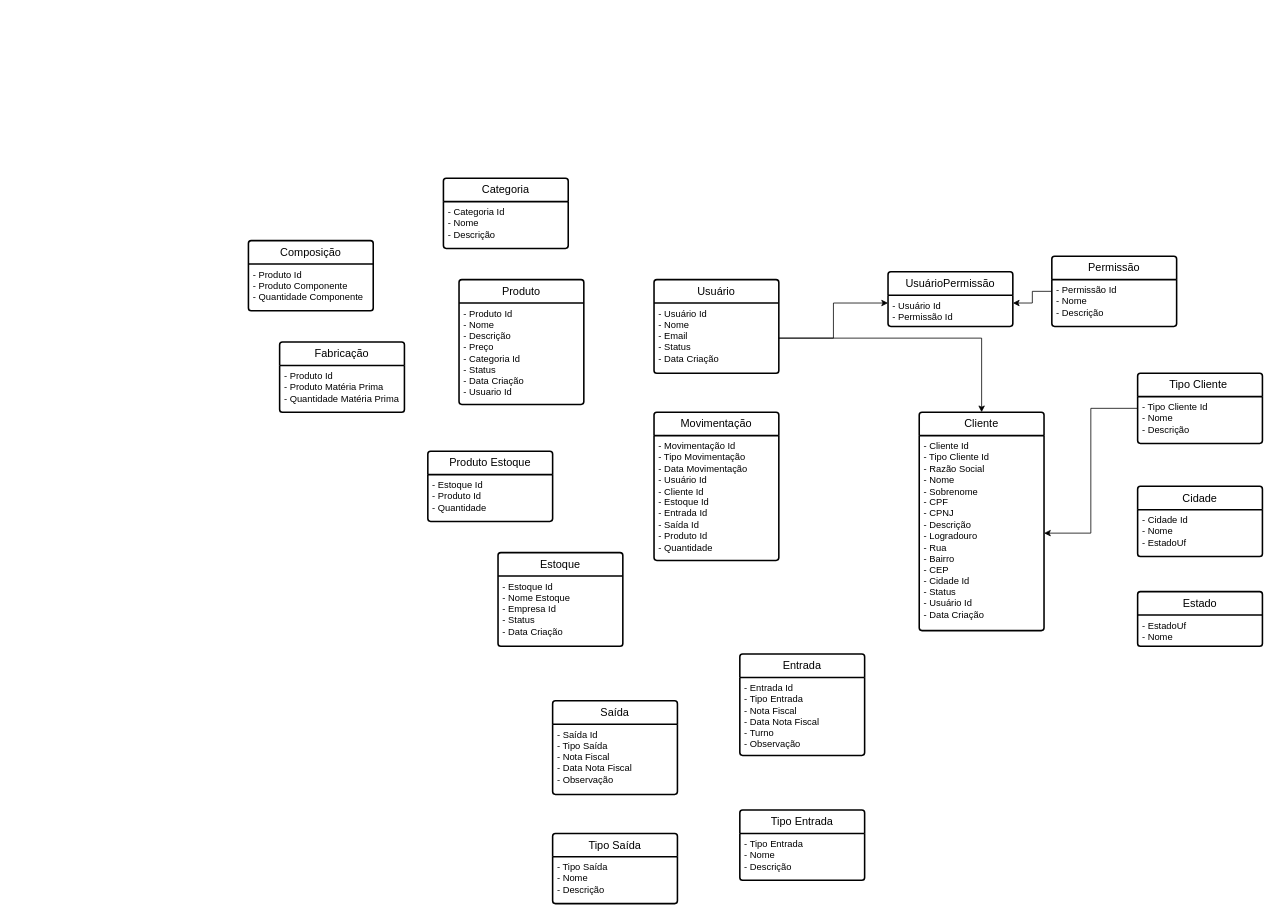
The draw.io diagram Documentação/Diagramas/Diagrama sem nome.drawio in Estoque-Facil/EstoqueFacil, before the edit. Source tidied: cells renumbered, new cells numbered last; positions are measured from the earlier drawing's top-left corner, leaving out a move shared by most shapes. Both pictures are drawn from the tidied source at 78%, with x=0, y=0 at pixel (248, 178).
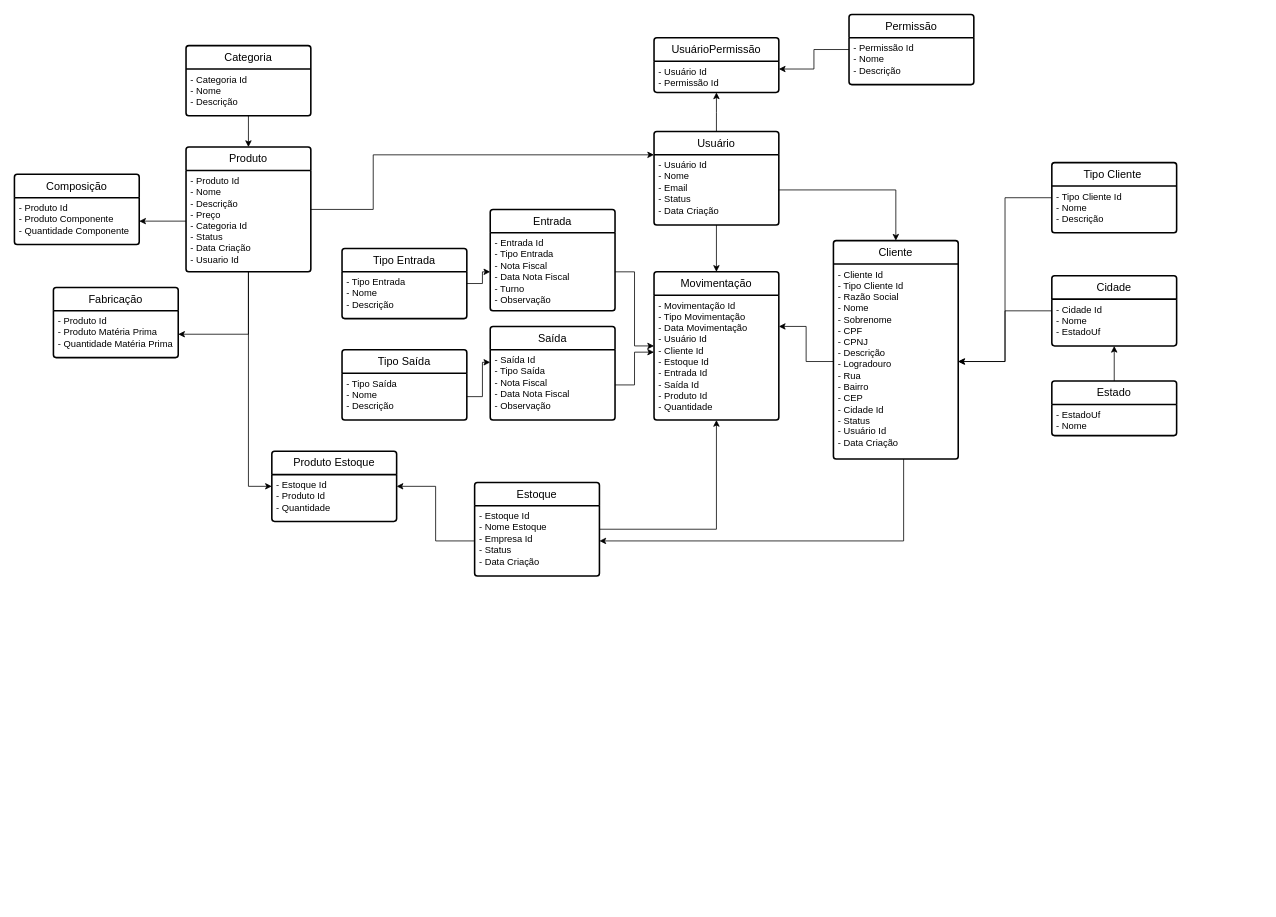
Above is the later version.

Commit message:
Atualizando o MER com as relações

Unchanged cells that the change refers to:
```xml
<mxCell id="3" value="- Usuário Id&lt;div&gt;- Nome&lt;/div&gt;&lt;div&gt;- Email&lt;/div&gt;&lt;div&gt;- Status&lt;/div&gt;&lt;div&gt;- Data Criação&lt;/div&gt;" style="align=left;strokeColor=none;fillColor=none;spacingLeft=4;fontSize=12;verticalAlign=top;html=1;" parent="2" vertex="1">
  <mxGeometry y="30" width="160" height="90" as="geometry" />
</mxCell>
<mxCell id="8" value="- Usuário Id&lt;div&gt;- Permissão Id&lt;/div&gt;" style="align=left;strokeColor=none;fillColor=none;spacingLeft=4;fontSize=12;verticalAlign=top;html=1;" parent="7" vertex="1">
  <mxGeometry y="30" width="160" height="40" as="geometry" />
</mxCell>
<mxCell id="11" value="- Cliente Id&lt;div&gt;- Tipo Cliente Id&lt;div&gt;- Razão Social&lt;/div&gt;&lt;div&gt;- Nome&lt;/div&gt;&lt;div&gt;- Sobrenome&lt;/div&gt;&lt;div&gt;- CPF&lt;/div&gt;&lt;div&gt;- CPNJ&lt;/div&gt;&lt;div&gt;- Descrição&lt;/div&gt;&lt;div&gt;- Logradouro&lt;/div&gt;&lt;div&gt;- Rua&lt;/div&gt;&lt;div&gt;- Bairro&lt;/div&gt;&lt;div&gt;- CEP&lt;/div&gt;&lt;div&gt;- Cidade Id&lt;/div&gt;&lt;div&gt;- Status&lt;/div&gt;&lt;div&gt;- Usuário Id&lt;/div&gt;&lt;div&gt;&lt;span style=&quot;background-color: initial;&quot;&gt;- Data Criação&lt;/span&gt;&amp;nbsp;&lt;/div&gt;&lt;div&gt;&lt;br&gt;&lt;/div&gt;&lt;/div&gt;" style="align=left;strokeColor=none;fillColor=none;spacingLeft=4;fontSize=12;verticalAlign=top;html=1;" parent="10" vertex="1">
  <mxGeometry y="30" width="160" height="250" as="geometry" />
</mxCell>
<mxCell id="16" value="- Cidade Id&lt;div&gt;- Nome&lt;/div&gt;&lt;div&gt;- EstadoUf&lt;/div&gt;" style="align=left;strokeColor=none;fillColor=none;spacingLeft=4;fontSize=12;verticalAlign=top;html=1;" parent="15" vertex="1">
  <mxGeometry y="30" width="160" height="60" as="geometry" />
</mxCell>
<mxCell id="20" value="- Produto Id&lt;div&gt;- Nome&lt;/div&gt;&lt;div&gt;- Descrição&lt;/div&gt;&lt;div&gt;- Preço&lt;/div&gt;&lt;div&gt;- Categoria Id&lt;/div&gt;&lt;div&gt;- Status&lt;/div&gt;&lt;div&gt;- Data Criação&lt;/div&gt;&lt;div&gt;- Usuario Id&lt;/div&gt;" style="align=left;strokeColor=none;fillColor=none;spacingLeft=4;fontSize=12;verticalAlign=top;html=1;" parent="19" vertex="1">
  <mxGeometry y="30" width="160" height="130" as="geometry" />
</mxCell>
<mxCell id="22" value="- Categoria Id&lt;div&gt;- Nome&lt;/div&gt;&lt;div&gt;- Descrição&lt;/div&gt;" style="align=left;strokeColor=none;fillColor=none;spacingLeft=4;fontSize=12;verticalAlign=top;html=1;" parent="21" vertex="1">
  <mxGeometry y="30" width="160" height="60" as="geometry" />
</mxCell>
<mxCell id="24" value="- Produto Id&lt;div&gt;- Produto Matéria Prima&amp;nbsp;&lt;/div&gt;&lt;div&gt;- Quantidade Matéria Prima&lt;/div&gt;" style="align=left;strokeColor=none;fillColor=none;spacingLeft=4;fontSize=12;verticalAlign=top;html=1;" parent="23" vertex="1">
  <mxGeometry y="30" width="160" height="60" as="geometry" />
</mxCell>
<mxCell id="26" value="- Produto Id&lt;div&gt;- Produto Componente&lt;/div&gt;&lt;div&gt;- Quantidade Componente&lt;/div&gt;" style="align=left;strokeColor=none;fillColor=none;spacingLeft=4;fontSize=12;verticalAlign=top;html=1;" parent="25" vertex="1">
  <mxGeometry y="30" width="160" height="60" as="geometry" />
</mxCell>
<mxCell id="28" value="- Entrada Id&lt;div&gt;- Tipo Entrada&lt;/div&gt;&lt;div&gt;- Nota Fiscal&lt;/div&gt;&lt;div&gt;- Data Nota Fiscal&lt;/div&gt;&lt;div&gt;- Turno&lt;/div&gt;&lt;div&gt;- Observação&lt;/div&gt;" style="align=left;strokeColor=none;fillColor=none;spacingLeft=4;fontSize=12;verticalAlign=top;html=1;" parent="27" vertex="1">
  <mxGeometry y="30" width="160" height="100" as="geometry" />
</mxCell>
<mxCell id="30" value="- Saída Id&lt;div&gt;- Tipo Saída&lt;/div&gt;&lt;div&gt;- Nota Fiscal&lt;/div&gt;&lt;div&gt;- Data Nota Fiscal&lt;/div&gt;&lt;div&gt;- Observação&lt;/div&gt;" style="align=left;strokeColor=none;fillColor=none;spacingLeft=4;fontSize=12;verticalAlign=top;html=1;" parent="29" vertex="1">
  <mxGeometry y="30" width="160" height="90" as="geometry" />
</mxCell>
<mxCell id="34" value="- Tipo Saída&lt;div&gt;- Nome&lt;/div&gt;&lt;div&gt;- Descrição&lt;/div&gt;" style="align=left;strokeColor=none;fillColor=none;spacingLeft=4;fontSize=12;verticalAlign=top;html=1;" parent="33" vertex="1">
  <mxGeometry y="30" width="160" height="60" as="geometry" />
</mxCell>
<mxCell id="36" value="- Movimentação Id&lt;div&gt;- Tipo Movimentação&lt;/div&gt;&lt;div&gt;- Data Movimentação&lt;/div&gt;&lt;div&gt;- Usuário Id&lt;/div&gt;&lt;div&gt;- Cliente Id&lt;/div&gt;&lt;div&gt;- Estoque Id&lt;/div&gt;&lt;div&gt;- Entrada Id&lt;/div&gt;&lt;div&gt;- Saída Id&lt;/div&gt;&lt;div&gt;- Produto Id&lt;/div&gt;&lt;div&gt;- Quantidade&lt;/div&gt;" style="align=left;strokeColor=none;fillColor=none;spacingLeft=4;fontSize=12;verticalAlign=top;html=1;" parent="35" vertex="1">
  <mxGeometry y="30" width="160" height="160" as="geometry" />
</mxCell>
<mxCell id="38" value="- Estoque Id&lt;div&gt;- Nome Estoque&lt;/div&gt;&lt;div&gt;- Empresa Id&lt;/div&gt;&lt;div&gt;- Status&lt;/div&gt;&lt;div&gt;- Data Criação&lt;/div&gt;" style="align=left;strokeColor=none;fillColor=none;spacingLeft=4;fontSize=12;verticalAlign=top;html=1;" parent="37" vertex="1">
  <mxGeometry y="30" width="160" height="90" as="geometry" />
</mxCell>
<mxCell id="41" value="&lt;div&gt;&lt;span style=&quot;background-color: initial;&quot;&gt;- Estoque Id&lt;/span&gt;&lt;br&gt;&lt;/div&gt;&lt;div&gt;- Produto Id&lt;/div&gt;&lt;div&gt;- Quantidade&amp;nbsp;&lt;/div&gt;" style="align=left;strokeColor=none;fillColor=none;spacingLeft=4;fontSize=12;verticalAlign=top;html=1;" parent="40" vertex="1">
  <mxGeometry y="30" width="160" height="60" as="geometry" />
</mxCell>
```

Diff of the diagram source:
```diff
@@
+    <mxCell id="42" style="edgeStyle=orthogonalEdgeStyle;rounded=0;jettySize=auto;html=1;" parent="1" edge="1" source="2">
+      <mxGeometry relative="1" as="geometry">
+        <mxPoint x="600" y="-110" as="targetPoint" />
+      </mxGeometry>
+    </mxCell>
     <mxCell id="2" value="Usuário" style="swimlane;horizontal=1;startSize=30;rounded=1;fontSize=14;fontStyle=0;strokeWidth=2;shadow=0;dashed=0;align=center;arcSize=4;whiteSpace=wrap;html=1;" parent="1" vertex="1">
-      <mxGeometry x="520" y="130" width="160" height="120" as="geometry" />
+      <mxGeometry x="520" y="-60" width="160" height="120" as="geometry" />
     </mxCell>
@@
     <mxCell id="5" value="Permissão" style="swimlane;horizontal=1;startSize=30;rounded=1;fontSize=14;fontStyle=0;strokeWidth=2;shadow=0;dashed=0;align=center;arcSize=4;whiteSpace=wrap;html=1;" parent="1" vertex="1">
-      <mxGeometry x="1030" y="100" width="160" height="90" as="geometry" />
+      <mxGeometry x="770" y="-210" width="160" height="90" as="geometry" />
     </mxCell>
@@
     <mxCell id="7" value="UsuárioPermissão" style="swimlane;horizontal=1;startSize=30;rounded=1;fontSize=14;fontStyle=0;strokeWidth=2;shadow=0;dashed=0;align=center;arcSize=4;whiteSpace=wrap;html=1;" parent="1" vertex="1">
-      <mxGeometry x="820" y="120" width="160" height="70" as="geometry" />
+      <mxGeometry x="520" y="-180" width="160" height="70" as="geometry" />
     </mxCell>
@@
-    <mxCell id="9" style="edgeStyle=orthogonalEdgeStyle;rounded=0;jettySize=auto;html=1;entryX=0;entryY=0.25;entryDx=0;entryDy=0;" parent="1" edge="1" source="3" target="8">
-      <mxGeometry relative="1" as="geometry" />
-    </mxCell>
     <mxCell id="10" value="Cliente" style="swimlane;horizontal=1;startSize=30;rounded=1;fontSize=14;fontStyle=0;strokeWidth=2;shadow=0;dashed=0;align=center;arcSize=4;whiteSpace=wrap;html=1;" parent="1" vertex="1">
-      <mxGeometry x="860" y="300" width="160" height="280" as="geometry" />
+      <mxGeometry x="750" y="80" width="160" height="280" as="geometry" />
     </mxCell>
@@
     <mxCell id="13" value="Tipo Cliente&amp;nbsp;" style="swimlane;horizontal=1;startSize=30;rounded=1;fontSize=14;fontStyle=0;strokeWidth=2;shadow=0;dashed=0;align=center;arcSize=4;whiteSpace=wrap;html=1;" parent="1" vertex="1">
-      <mxGeometry x="1140" y="250" width="160" height="90" as="geometry" />
+      <mxGeometry x="1030" y="-20" width="160" height="90" as="geometry" />
     </mxCell>
@@
+    <mxCell id="43" style="edgeStyle=orthogonalEdgeStyle;rounded=0;jettySize=auto;html=1;entryX=1;entryY=0.5;entryDx=0;entryDy=0;" parent="1" edge="1" source="15" target="11">
+      <mxGeometry relative="1" as="geometry" />
+    </mxCell>
     <mxCell id="15" value="Cidade" style="swimlane;horizontal=1;startSize=30;rounded=1;fontSize=14;fontStyle=0;strokeWidth=2;shadow=0;dashed=0;align=center;arcSize=4;whiteSpace=wrap;html=1;" parent="1" vertex="1">
-      <mxGeometry x="1140" y="395" width="160" height="90" as="geometry" />
+      <mxGeometry x="1030" y="125" width="160" height="90" as="geometry" />
     </mxCell>
@@
+    <mxCell id="44" style="edgeStyle=orthogonalEdgeStyle;rounded=0;jettySize=auto;html=1;entryX=0.5;entryY=1;entryDx=0;entryDy=0;" parent="1" edge="1" source="17" target="16">
+      <mxGeometry relative="1" as="geometry" />
+    </mxCell>
     <mxCell id="17" value="Estado" style="swimlane;horizontal=1;startSize=30;rounded=1;fontSize=14;fontStyle=0;strokeWidth=2;shadow=0;dashed=0;align=center;arcSize=4;whiteSpace=wrap;html=1;" parent="1" vertex="1">
-      <mxGeometry x="1140" y="530" width="160" height="70" as="geometry" />
+      <mxGeometry x="1030" y="260" width="160" height="70" as="geometry" />
     </mxCell>
@@
+    <mxCell id="45" style="edgeStyle=orthogonalEdgeStyle;rounded=0;jettySize=auto;html=1;entryX=0;entryY=0.25;entryDx=0;entryDy=0;" parent="1" edge="1" source="19" target="2">
+      <mxGeometry relative="1" as="geometry">
+        <Array as="points">
+          <mxPoint x="160" y="40" />
+          <mxPoint x="160" y="-30" />
+        </Array>
+      </mxGeometry>
+    </mxCell>
     <mxCell id="19" value="Produto" style="swimlane;horizontal=1;startSize=30;rounded=1;fontSize=14;fontStyle=0;strokeWidth=2;shadow=0;dashed=0;align=center;arcSize=4;whiteSpace=wrap;html=1;" parent="1" vertex="1">
-      <mxGeometry x="270" y="130" width="160" height="160" as="geometry" />
+      <mxGeometry x="-80" y="-40" width="160" height="160" as="geometry" />
     </mxCell>
@@
     <mxCell id="21" value="Categoria" style="swimlane;horizontal=1;startSize=30;rounded=1;fontSize=14;fontStyle=0;strokeWidth=2;shadow=0;dashed=0;align=center;arcSize=4;whiteSpace=wrap;html=1;" parent="1" vertex="1">
-      <mxGeometry x="250" width="160" height="90" as="geometry" />
+      <mxGeometry x="-80" y="-170" width="160" height="90" as="geometry" />
     </mxCell>
@@
     <mxCell id="23" value="Fabricação" style="swimlane;horizontal=1;startSize=30;rounded=1;fontSize=14;fontStyle=0;strokeWidth=2;shadow=0;dashed=0;align=center;arcSize=4;whiteSpace=wrap;html=1;" parent="1" vertex="1">
-      <mxGeometry x="40" y="210" width="160" height="90" as="geometry" />
+      <mxGeometry x="-250" y="140" width="160" height="90" as="geometry" />
     </mxCell>
@@
     <mxCell id="25" value="Composição" style="swimlane;horizontal=1;startSize=30;rounded=1;fontSize=14;fontStyle=0;strokeWidth=2;shadow=0;dashed=0;align=center;arcSize=4;whiteSpace=wrap;html=1;" parent="1" vertex="1">
-      <mxGeometry y="80" width="160" height="90" as="geometry" />
+      <mxGeometry x="-300" y="-5" width="160" height="90" as="geometry" />
     </mxCell>
@@
     <mxCell id="27" value="Entrada" style="swimlane;horizontal=1;startSize=30;rounded=1;fontSize=14;fontStyle=0;strokeWidth=2;shadow=0;dashed=0;align=center;arcSize=4;whiteSpace=wrap;html=1;" parent="1" vertex="1">
-      <mxGeometry x="630" y="610" width="160" height="130" as="geometry" />
+      <mxGeometry x="310" y="40" width="160" height="130" as="geometry" />
     </mxCell>
@@
     <mxCell id="29" value="Saída" style="swimlane;horizontal=1;startSize=30;rounded=1;fontSize=14;fontStyle=0;strokeWidth=2;shadow=0;dashed=0;align=center;arcSize=4;whiteSpace=wrap;html=1;" parent="1" vertex="1">
-      <mxGeometry x="390" y="670" width="160" height="120" as="geometry" />
+      <mxGeometry x="310" y="190" width="160" height="120" as="geometry" />
     </mxCell>
@@
+    <mxCell id="46" style="edgeStyle=orthogonalEdgeStyle;rounded=0;jettySize=auto;html=1;" parent="1" edge="1" source="31" target="28">
+      <mxGeometry relative="1" as="geometry" />
+    </mxCell>
     <mxCell id="31" value="Tipo Entrada" style="swimlane;horizontal=1;startSize=30;rounded=1;fontSize=14;fontStyle=0;strokeWidth=2;shadow=0;dashed=0;align=center;arcSize=4;whiteSpace=wrap;html=1;" parent="1" vertex="1">
-      <mxGeometry x="630" y="810" width="160" height="90" as="geometry" />
+      <mxGeometry x="120" y="90" width="160" height="90" as="geometry" />
     </mxCell>
@@
     <mxCell id="33" value="Tipo Saída" style="swimlane;horizontal=1;startSize=30;rounded=1;fontSize=14;fontStyle=0;strokeWidth=2;shadow=0;dashed=0;align=center;arcSize=4;whiteSpace=wrap;html=1;" parent="1" vertex="1">
-      <mxGeometry x="390" y="840" width="160" height="90" as="geometry" />
+      <mxGeometry x="120" y="220" width="160" height="90" as="geometry" />
     </mxCell>
@@
     <mxCell id="35" value="Movimentação" style="swimlane;horizontal=1;startSize=30;rounded=1;fontSize=14;fontStyle=0;strokeWidth=2;shadow=0;dashed=0;align=center;arcSize=4;whiteSpace=wrap;html=1;" parent="1" vertex="1">
-      <mxGeometry x="520" y="300" width="160" height="190" as="geometry" />
+      <mxGeometry x="520" y="120" width="160" height="190" as="geometry" />
     </mxCell>
@@
+    <mxCell id="47" style="edgeStyle=orthogonalEdgeStyle;rounded=0;jettySize=auto;html=1;entryX=0.5;entryY=1;entryDx=0;entryDy=0;" parent="1" edge="1" source="37" target="36">
+      <mxGeometry relative="1" as="geometry" />
+    </mxCell>
     <mxCell id="37" value="Estoque" style="swimlane;horizontal=1;startSize=30;rounded=1;fontSize=14;fontStyle=0;strokeWidth=2;shadow=0;dashed=0;align=center;arcSize=4;whiteSpace=wrap;html=1;" parent="1" vertex="1">
-      <mxGeometry x="320" y="480" width="160" height="120" as="geometry" />
+      <mxGeometry x="290" y="390" width="160" height="120" as="geometry" />
     </mxCell>
@@
     <mxCell id="40" value="Produto Estoque" style="swimlane;horizontal=1;startSize=30;rounded=1;fontSize=14;fontStyle=0;strokeWidth=2;shadow=0;dashed=0;align=center;arcSize=4;whiteSpace=wrap;html=1;" parent="1" vertex="1">
-      <mxGeometry x="230" y="350" width="160" height="90" as="geometry" />
+      <mxGeometry x="30" y="350" width="160" height="90" as="geometry" />
     </mxCell>
@@
+    <mxCell id="48" style="edgeStyle=orthogonalEdgeStyle;rounded=0;jettySize=auto;html=1;" parent="1" edge="1" source="3" target="35">
+      <mxGeometry relative="1" as="geometry" />
+    </mxCell>
+    <mxCell id="49" style="edgeStyle=orthogonalEdgeStyle;rounded=0;jettySize=auto;html=1;entryX=0;entryY=0.5;entryDx=0;entryDy=0;" parent="1" edge="1" source="28" target="35">
+      <mxGeometry relative="1" as="geometry" />
+    </mxCell>
+    <mxCell id="50" style="edgeStyle=orthogonalEdgeStyle;rounded=0;jettySize=auto;html=1;entryX=0;entryY=0.456;entryDx=0;entryDy=0;entryPerimeter=0;" parent="1" edge="1" source="30" target="36">
+      <mxGeometry relative="1" as="geometry" />
+    </mxCell>
+    <mxCell id="51" style="edgeStyle=orthogonalEdgeStyle;rounded=0;jettySize=auto;html=1;entryX=0;entryY=0.178;entryDx=0;entryDy=0;entryPerimeter=0;" parent="1" edge="1" source="34" target="30">
+      <mxGeometry relative="1" as="geometry" />
+    </mxCell>
+    <mxCell id="52" style="edgeStyle=orthogonalEdgeStyle;rounded=0;jettySize=auto;html=1;entryX=1;entryY=0.5;entryDx=0;entryDy=0;" parent="1" edge="1" source="11" target="38">
+      <mxGeometry relative="1" as="geometry">
+        <Array as="points">
+          <mxPoint x="840" y="465" />
+        </Array>
+      </mxGeometry>
+    </mxCell>
+    <mxCell id="53" style="edgeStyle=orthogonalEdgeStyle;rounded=0;jettySize=auto;html=1;entryX=1;entryY=0.25;entryDx=0;entryDy=0;" parent="1" edge="1" source="38" target="41">
+      <mxGeometry relative="1" as="geometry" />
+    </mxCell>
+    <mxCell id="54" style="edgeStyle=orthogonalEdgeStyle;rounded=0;jettySize=auto;html=1;entryX=0;entryY=0.25;entryDx=0;entryDy=0;" parent="1" edge="1" source="20" target="41">
+      <mxGeometry relative="1" as="geometry" />
+    </mxCell>
+    <mxCell id="55" style="edgeStyle=orthogonalEdgeStyle;rounded=0;jettySize=auto;html=1;" parent="1" edge="1" source="22" target="19">
+      <mxGeometry relative="1" as="geometry" />
+    </mxCell>
+    <mxCell id="56" style="edgeStyle=orthogonalEdgeStyle;rounded=0;jettySize=auto;html=1;entryX=1;entryY=0.5;entryDx=0;entryDy=0;" parent="1" edge="1" source="20" target="26">
+      <mxGeometry relative="1" as="geometry" />
+    </mxCell>
+    <mxCell id="57" style="edgeStyle=orthogonalEdgeStyle;rounded=0;jettySize=auto;html=1;entryX=1;entryY=0.5;entryDx=0;entryDy=0;" parent="1" edge="1" source="20" target="24">
+      <mxGeometry relative="1" as="geometry">
+        <Array as="points">
+          <mxPoint y="200" />
+        </Array>
+      </mxGeometry>
+    </mxCell>
+    <mxCell id="58" style="edgeStyle=orthogonalEdgeStyle;rounded=0;jettySize=auto;html=1;entryX=1;entryY=0.25;entryDx=0;entryDy=0;" parent="1" edge="1" source="11" target="36">
+      <mxGeometry relative="1" as="geometry" />
+    </mxCell>
```
